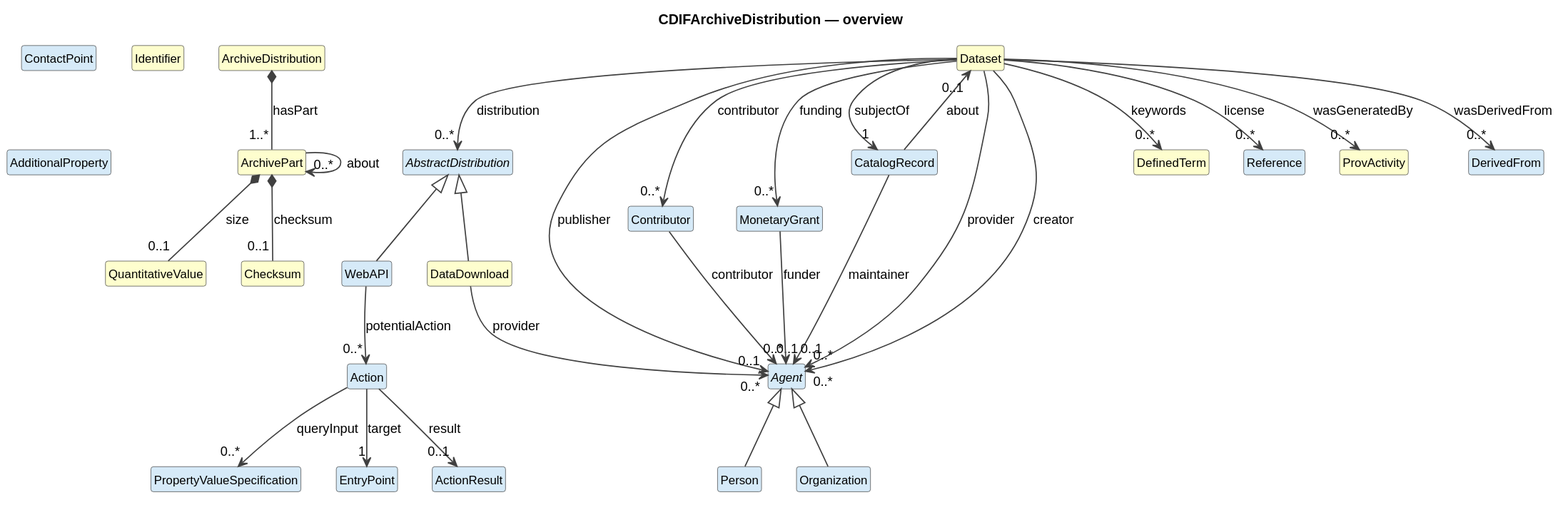
Before: cdif-uml-model/CDIFArchiveDistribution/index.svg, a diagram exported from PlantUML (Cross-Domain-Interoperability-Framework/metadataBuildingBlocks). The source it was exported from:
```plantuml
@startuml
title CDIFArchiveDistribution — overview
hide circle
hide empty members
skinparam shadowing false
skinparam ArrowThickness 1.2
skinparam class {
  ArrowColor #404040
  BorderColor #404040
  FontSize 12
}

class "ArchiveDistribution" as ArchiveDistribution #FEFECE
class "ArchivePart" as ArchivePart #FEFECE
class "QuantitativeValue" as QuantitativeValue #FEFECE
class "Checksum" as Checksum #FEFECE
class "Dataset" as Dataset #FEFECE
abstract class "AbstractDistribution" as AbstractDistribution #D6EAF8
class "DataDownload" as DataDownload #FEFECE
class "WebAPI" as WebAPI #D6EAF8
class "Action" as Action #D6EAF8
class "EntryPoint" as EntryPoint #D6EAF8
class "ActionResult" as ActionResult #D6EAF8
class "PropertyValueSpecification" as PropertyValueSpecification #D6EAF8
abstract class "Agent" as Agent #D6EAF8
class "Person" as Person #D6EAF8
class "ContactPoint" as ContactPoint #D6EAF8
class "Organization" as Organization #D6EAF8
class "Contributor" as Contributor #D6EAF8
class "DefinedTerm" as DefinedTerm #FEFECE
class "Identifier" as Identifier #FEFECE
class "AdditionalProperty" as AdditionalProperty #D6EAF8
class "Reference" as Reference #D6EAF8
class "MonetaryGrant" as MonetaryGrant #D6EAF8
class "ProvActivity" as ProvActivity #FEFECE
class "DerivedFrom" as DerivedFrom #D6EAF8
class "CatalogRecord" as CatalogRecord #D6EAF8
AbstractDistribution <|-- DataDownload
AbstractDistribution <|-- WebAPI
Agent <|-- Person
Agent <|-- Organization
ArchiveDistribution *-- "1..*" ArchivePart : hasPart
ArchivePart --> "0..*" ArchivePart : about
ArchivePart *-- "0..1" Checksum : checksum
ArchivePart *-- "0..1" QuantitativeValue : size
Dataset --> "0..*" Agent : provider
Dataset --> "0..*" AbstractDistribution : distribution
Dataset --> "0..*" Agent : creator
Dataset --> "0..*" Contributor : contributor
Dataset --> "0..1" Agent : publisher
Dataset --> "0..*" MonetaryGrant : funding
Dataset --> "0..*" ProvActivity : wasGeneratedBy
Dataset --> "0..*" DerivedFrom : wasDerivedFrom
Dataset --> "1" CatalogRecord : subjectOf
Dataset --> "0..*" DefinedTerm : keywords
Dataset --> "0..*" Reference : license
DataDownload --> "0..*" Agent : provider
WebAPI --> "0..*" Action : potentialAction
Action --> "1" EntryPoint : target
Action --> "0..1" ActionResult : result
Action --> "0..*" PropertyValueSpecification : queryInput
Contributor --> "0..1" Agent : contributor
MonetaryGrant --> "0..*" Agent : funder
CatalogRecord --> "0..1" Dataset : about
CatalogRecord --> "0..1" Agent : maintainer
@enduml
```
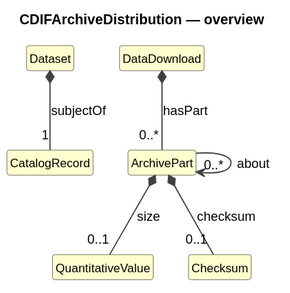
After the commit.

What changed in the source:
```diff
@@ -10,57 +10,15 @@
   FontSize 12
 }
 
-class "ArchiveDistribution" as ArchiveDistribution #FEFECE
+class "Dataset" as Dataset #FEFECE
+class "CatalogRecord" as CatalogRecord #FEFECE
+class "DataDownload" as DataDownload #FEFECE
 class "ArchivePart" as ArchivePart #FEFECE
 class "QuantitativeValue" as QuantitativeValue #FEFECE
 class "Checksum" as Checksum #FEFECE
-class "Dataset" as Dataset #FEFECE
-abstract class "AbstractDistribution" as AbstractDistribution #D6EAF8
-class "DataDownload" as DataDownload #FEFECE
-class "WebAPI" as WebAPI #D6EAF8
-class "Action" as Action #D6EAF8
-class "EntryPoint" as EntryPoint #D6EAF8
-class "ActionResult" as ActionResult #D6EAF8
-class "PropertyValueSpecification" as PropertyValueSpecification #D6EAF8
-abstract class "Agent" as Agent #D6EAF8
-class "Person" as Person #D6EAF8
-class "ContactPoint" as ContactPoint #D6EAF8
-class "Organization" as Organization #D6EAF8
-class "Contributor" as Contributor #D6EAF8
-class "DefinedTerm" as DefinedTerm #FEFECE
-class "Identifier" as Identifier #FEFECE
-class "AdditionalProperty" as AdditionalProperty #D6EAF8
-class "Reference" as Reference #D6EAF8
-class "MonetaryGrant" as MonetaryGrant #D6EAF8
-class "ProvActivity" as ProvActivity #FEFECE
-class "DerivedFrom" as DerivedFrom #D6EAF8
-class "CatalogRecord" as CatalogRecord #D6EAF8
-AbstractDistribution <|-- DataDownload
-AbstractDistribution <|-- WebAPI
-Agent <|-- Person
-Agent <|-- Organization
-ArchiveDistribution *-- "1..*" ArchivePart : hasPart
+Dataset *-- "1" CatalogRecord : subjectOf
+DataDownload *-- "0..*" ArchivePart : hasPart
 ArchivePart --> "0..*" ArchivePart : about
+ArchivePart *-- "0..1" QuantitativeValue : size
 ArchivePart *-- "0..1" Checksum : checksum
-ArchivePart *-- "0..1" QuantitativeValue : size
-Dataset --> "0..*" Agent : provider
-Dataset --> "0..*" AbstractDistribution : distribution
-Dataset --> "0..*" Agent : creator
-Dataset --> "0..*" Contributor : contributor
-Dataset --> "0..1" Agent : publisher
-Dataset --> "0..*" MonetaryGrant : funding
-Dataset --> "0..*" ProvActivity : wasGeneratedBy
-Dataset --> "0..*" DerivedFrom : wasDerivedFrom
-Dataset --> "1" CatalogRecord : subjectOf
-Dataset --> "0..*" DefinedTerm : keywords
-Dataset --> "0..*" Reference : license
-DataDownload --> "0..*" Agent : provider
-WebAPI --> "0..*" Action : potentialAction
-Action --> "1" EntryPoint : target
-Action --> "0..1" ActionResult : result
-Action --> "0..*" PropertyValueSpecification : queryInput
-Contributor --> "0..1" Agent : contributor
-MonetaryGrant --> "0..*" Agent : funder
-CatalogRecord --> "0..1" Dataset : about
-CatalogRecord --> "0..1" Agent : maintainer
 @enduml
```
